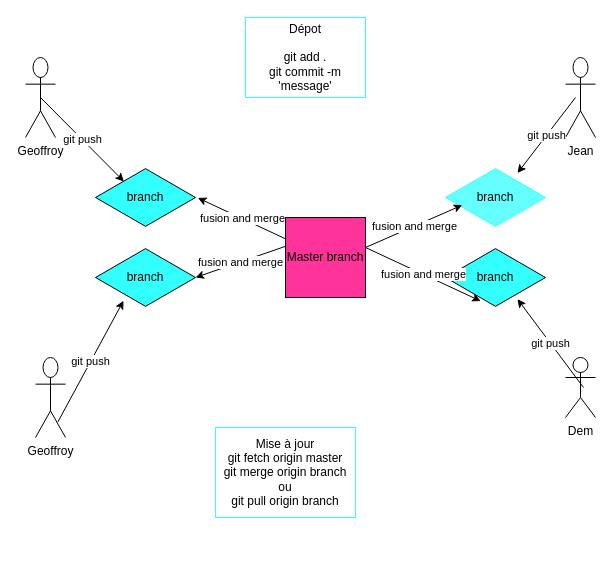
Above: Untitled Diagram.drawio in DavidDem249/diagrams (draw.io), before the change. Source tidied: cells renumbered, new cells numbered last; positions are measured from the earlier drawing's top-left corner, leaving out a move shared by most shapes. Both pictures are drawn from the tidied source at 100%, with x=0, y=0 at pixel (25, 17).
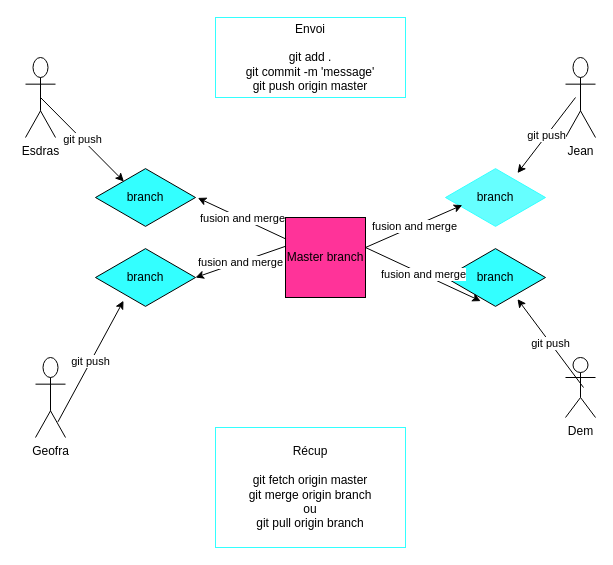
The same page after the edit.

Diff of the diagram source:
```diff
@@
-    <mxCell id="4" value="Geoffroy" style="shape=umlActor;verticalLabelPosition=bottom;verticalAlign=top;html=1;outlineConnect=0;" parent="1" vertex="1">
+    <mxCell id="4" value="Esdras" style="shape=umlActor;verticalLabelPosition=bottom;verticalAlign=top;html=1;outlineConnect=0;" parent="1" vertex="1">
       <mxGeometry y="40" width="30" height="80" as="geometry" />
     </mxCell>
@@
-    <mxCell id="6" value="Geoffroy" style="shape=umlActor;verticalLabelPosition=bottom;verticalAlign=top;html=1;outlineConnect=0;" parent="1" vertex="1">
+    <mxCell id="6" value="Geofra" style="shape=umlActor;verticalLabelPosition=bottom;verticalAlign=top;html=1;outlineConnect=0;" parent="1" vertex="1">
       <mxGeometry x="10" y="340" width="30" height="80" as="geometry" />
     </mxCell>
@@
-    <mxCell id="19" value="Dépot&lt;br&gt;&lt;br&gt;git add .&lt;br&gt;git commit -m 'message'" style="rounded=0;whiteSpace=wrap;html=1;strokeColor=#33FFFF;fillColor=#FFFFFF;" parent="1" vertex="1">
-      <mxGeometry x="220" width="120" height="80" as="geometry" />
+    <mxCell id="19" value="Envoi&lt;br&gt;&lt;br&gt;git add .&lt;br&gt;git commit -m 'message'&lt;br&gt;git push origin master" style="rounded=0;whiteSpace=wrap;html=1;strokeColor=#33FFFF;fillColor=#FFFFFF;" parent="1" vertex="1">
+      <mxGeometry x="190" width="190" height="80" as="geometry" />
     </mxCell>
-    <mxCell id="20" value="Mise à jour&lt;br&gt;git fetch origin master&lt;br&gt;git merge origin branch&lt;br&gt;ou&lt;br&gt;git pull origin branch" style="rounded=0;whiteSpace=wrap;html=1;strokeColor=#33FFFF;fillColor=#FFFFFF;" parent="1" vertex="1">
-      <mxGeometry x="190" y="410" width="140" height="90" as="geometry" />
+    <mxCell id="20" value="Récup&lt;br&gt;&lt;br&gt;git fetch origin master&lt;br&gt;git merge origin branch&lt;br&gt;ou&lt;br&gt;git pull origin branch" style="rounded=0;whiteSpace=wrap;html=1;strokeColor=#33FFFF;fillColor=#FFFFFF;" parent="1" vertex="1">
+      <mxGeometry x="190" y="410" width="190" height="120" as="geometry" />
     </mxCell>
```
